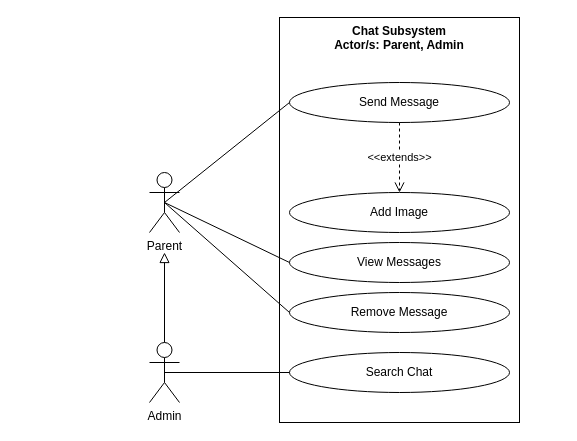
Earlier version of the draw.io diagram page "Chat Subsystem" (7 of 7) of REVISIONS/UML-DIAGRAMS/6-9-2021/USE CASE/use case.drawio (mrklglsn/CAPSTONE-FILES). Source tidied: cells renumbered, new cells numbered last; positions are measured from the earlier drawing's top-left corner, leaving out a move shared by most shapes. Both pictures are drawn from the tidied source at 100%, with x=0, y=0 at pixel (149, 17).
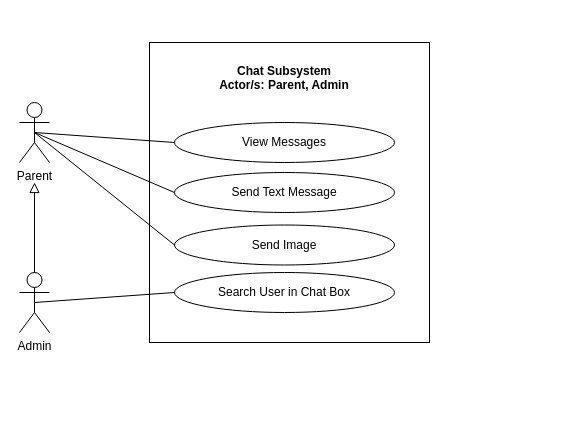
After the change.

The edit, as a diff of the source:
```diff
@@
 <mxGraphModel>
   <root>
     <mxCell id="0" />
     <mxCell id="1" parent="0" />
     <mxCell id="2" style="html=1;fillColor=none;" parent="1" vertex="1">
-      <mxGeometry x="130" width="240" height="405" as="geometry" />
+      <mxGeometry y="25" width="280" height="300" as="geometry" />
     </mxCell>
+    <mxCell id="4" style="edgeStyle=none;rounded=0;jettySize=auto;html=1;exitX=0.5;exitY=0.5;exitDx=0;exitDy=0;exitPerimeter=0;entryX=0;entryY=0.5;entryDx=0;entryDy=0;endArrow=none;endFill=0;" parent="1" edge="1" source="6" target="10">
+      <mxGeometry relative="1" as="geometry" />
+    </mxCell>
-    <mxCell id="3" style="edgeStyle=none;rounded=0;jumpStyle=arc;jumpSize=14;jettySize=auto;html=1;exitX=0.5;exitY=0.5;exitDx=0;exitDy=0;exitPerimeter=0;entryX=0;entryY=0.5;entryDx=0;entryDy=0;startArrow=none;startFill=0;endArrow=none;endFill=0;startSize=11;endSize=11;" parent="1" edge="1" source="6" target="9">
+    <mxCell id="3" style="edgeStyle=none;rounded=0;jettySize=auto;html=1;exitX=0.5;exitY=0.5;exitDx=0;exitDy=0;exitPerimeter=0;entryX=0;entryY=0.5;entryDx=0;entryDy=0;endArrow=none;endFill=0;" parent="1" edge="1" source="6" target="9">
       <mxGeometry relative="1" as="geometry" />
     </mxCell>
-    <mxCell id="4" style="edgeStyle=none;rounded=0;jumpStyle=arc;jumpSize=14;jettySize=auto;html=1;exitX=0.5;exitY=0.5;exitDx=0;exitDy=0;exitPerimeter=0;entryX=0;entryY=0.5;entryDx=0;entryDy=0;endArrow=none;endFill=0;startSize=9;endSize=11;" parent="1" edge="1" source="6" target="10">
-      <mxGeometry relative="1" as="geometry" />
-    </mxCell>
-    <mxCell id="5" style="edgeStyle=none;rounded=0;jumpStyle=arc;jumpSize=14;jettySize=auto;html=1;exitX=0.5;exitY=0.5;exitDx=0;exitDy=0;exitPerimeter=0;entryX=0;entryY=0.5;entryDx=0;entryDy=0;endArrow=none;endFill=0;startSize=9;endSize=11;" parent="1" edge="1" source="6" target="11">
-      <mxGeometry relative="1" as="geometry" />
-    </mxCell>
+    <mxCell id="17" style="edgeStyle=none;rounded=0;jettySize=auto;html=1;exitX=0.5;exitY=0.5;exitDx=0;exitDy=0;exitPerimeter=0;entryX=0;entryY=0.5;entryDx=0;entryDy=0;endArrow=none;endFill=0;" parent="1" edge="1" source="6" target="13">
+      <mxGeometry relative="1" as="geometry" />
+    </mxCell>
     <mxCell id="6" value="Parent" style="shape=umlActor;verticalLabelPosition=bottom;verticalAlign=top;html=1;fillColor=none;" parent="1" vertex="1">
-      <mxGeometry y="155" width="30" height="60" as="geometry" />
+      <mxGeometry x="-130" y="85" width="30" height="60" as="geometry" />
     </mxCell>
     <mxCell id="7" value="Chat Subsystem&#10;Actor/s: Parent, Admin" style="text;align=center;fontStyle=1;verticalAlign=middle;spacingLeft=3;spacingRight=3;strokeColor=none;fillColor=none;" parent="1" vertex="1">
-      <mxGeometry x="90" y="5" width="320" height="30" as="geometry" />
+      <mxGeometry x="-25" y="45" width="320" height="30" as="geometry" />
     </mxCell>
-    <mxCell id="8" value="&amp;lt;&amp;lt;extends&amp;gt;&amp;gt;" style="edgeStyle=none;rounded=0;jettySize=auto;html=1;exitX=0.5;exitY=1;exitDx=0;exitDy=0;endArrow=open;endFill=0;endSize=8;dashed=1;" parent="1" edge="1" source="9" target="13">
-      <mxGeometry relative="1" as="geometry">
-        <Array as="points">
-          <mxPoint x="250" y="135" />
-        </Array>
-      </mxGeometry>
-    </mxCell>
-    <mxCell id="9" value="Send Message" style="ellipse;whiteSpace=wrap;html=1;fillColor=none;" parent="1" vertex="1">
-      <mxGeometry x="140" y="65" width="220" height="40" as="geometry" />
+    <mxCell id="9" value="Send Text Message" style="ellipse;whiteSpace=wrap;html=1;fillColor=none;" parent="1" vertex="1">
+      <mxGeometry x="25" y="155" width="220" height="40" as="geometry" />
     </mxCell>
     <mxCell id="10" value="View Messages" style="ellipse;whiteSpace=wrap;html=1;fillColor=none;" parent="1" vertex="1">
-      <mxGeometry x="140" y="225" width="220" height="40" as="geometry" />
+      <mxGeometry x="25" y="105" width="220" height="40" as="geometry" />
     </mxCell>
-    <mxCell id="11" value="Remove Message" style="ellipse;whiteSpace=wrap;html=1;fillColor=none;" parent="1" vertex="1">
-      <mxGeometry x="140" y="275" width="220" height="40" as="geometry" />
-    </mxCell>
-    <mxCell id="12" value="Search Chat" style="ellipse;whiteSpace=wrap;html=1;fillColor=none;" parent="1" vertex="1">
-      <mxGeometry x="140" y="335" width="220" height="40" as="geometry" />
+    <mxCell id="12" value="Search User in Chat Box" style="ellipse;whiteSpace=wrap;html=1;fillColor=none;" parent="1" vertex="1">
+      <mxGeometry x="25" y="255" width="220" height="40" as="geometry" />
     </mxCell>
-    <mxCell id="13" value="Add Image" style="ellipse;whiteSpace=wrap;html=1;fillColor=none;" parent="1" vertex="1">
-      <mxGeometry x="140" y="175" width="220" height="40" as="geometry" />
+    <mxCell id="13" value="Send Image" style="ellipse;whiteSpace=wrap;html=1;fillColor=none;" parent="1" vertex="1">
+      <mxGeometry x="25" y="207.5" width="220" height="40" as="geometry" />
     </mxCell>
     <mxCell id="14" style="edgeStyle=none;rounded=0;jettySize=auto;html=1;exitX=0.5;exitY=0;exitDx=0;exitDy=0;exitPerimeter=0;endArrow=block;endFill=0;endSize=8;" parent="1" edge="1" source="16">
       <mxGeometry relative="1" as="geometry">
-        <mxPoint x="15" y="235" as="targetPoint" />
+        <mxPoint x="-115" y="165" as="targetPoint" />
       </mxGeometry>
     </mxCell>
     <mxCell id="15" style="edgeStyle=none;rounded=0;jettySize=auto;html=1;exitX=0.5;exitY=0.5;exitDx=0;exitDy=0;exitPerimeter=0;entryX=0;entryY=0.5;entryDx=0;entryDy=0;endArrow=none;endFill=0;endSize=8;" parent="1" edge="1" source="16" target="12">
       <mxGeometry relative="1" as="geometry" />
     </mxCell>
     <mxCell id="16" value="Admin" style="shape=umlActor;verticalLabelPosition=bottom;verticalAlign=top;html=1;fillColor=none;" parent="1" vertex="1">
-      <mxGeometry y="325" width="30" height="60" as="geometry" />
+      <mxGeometry x="-130" y="255" width="30" height="60" as="geometry" />
     </mxCell>
   </root>
 </mxGraphModel>
```
